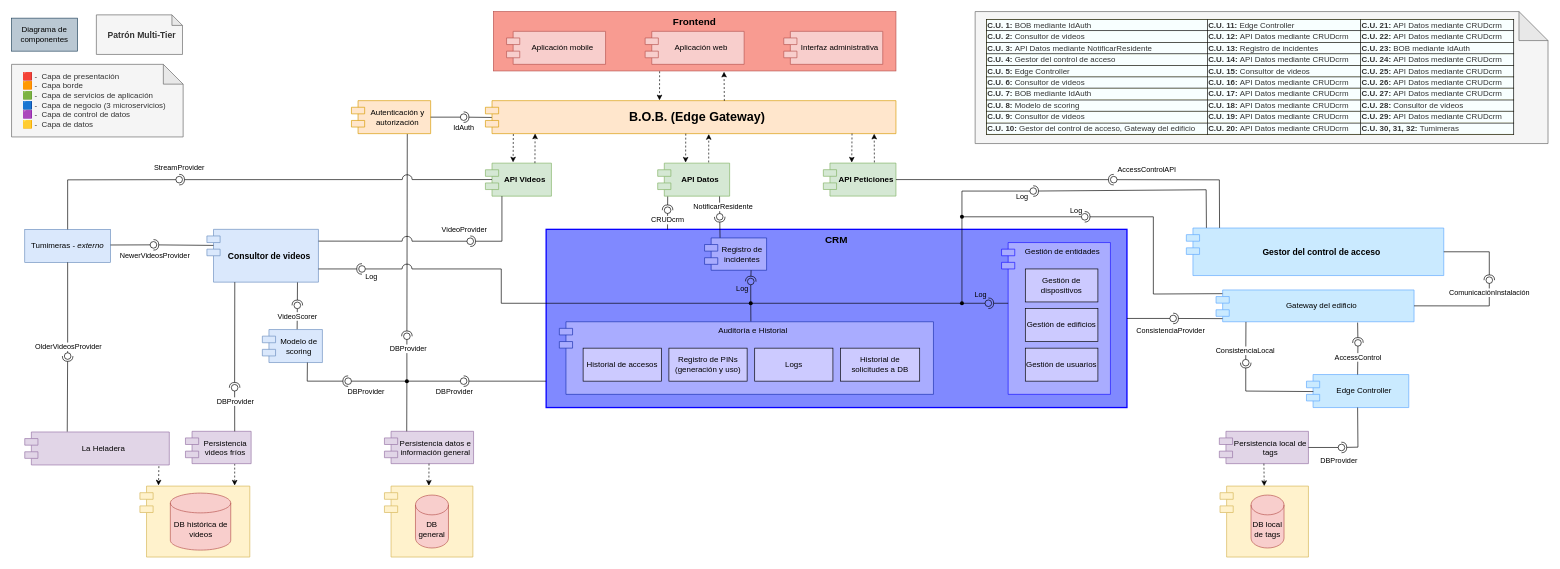
Above: Documentación de la arquitectura/Diagramas/Editables-drawio/Diagrama-de-componentes.drawio in LIMoreno04/Caso-de-estudio---WolfSys---Arquitectura (draw.io), before the change. Source tidied: cells renumbered, new cells numbered last; positions are measured from the earlier drawing's top-left corner, leaving out a move shared by most shapes. Both pictures are drawn from the tidied source at 66%, with x=0, y=0 at pixel (11, 11).
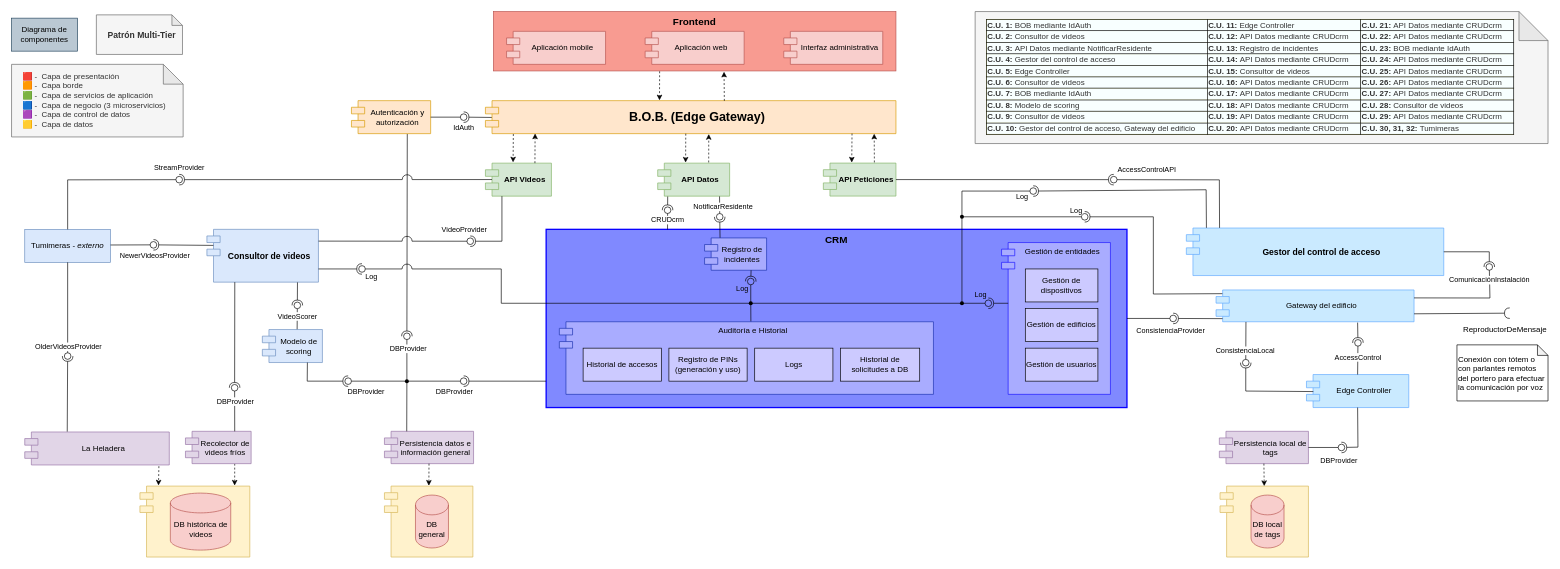
The same page after the edit.

Unchanged cells that the change refers to:
```xml
<mxCell id="119" value="Gateway del edificio" style="shape=module;align=left;spacingLeft=20;align=center;verticalAlign=middle;whiteSpace=wrap;html=1;fillColor=#CAEAFF;strokeColor=#5DA8FF;" parent="1" vertex="1">
  <mxGeometry x="1825" y="421.8" width="300" height="48.2" as="geometry" />
</mxCell>
```

The edit, as a diff of the source:
```diff
@@
-    <mxCell id="109" value="Persistencia videos fríos" style="shape=module;align=left;spacingLeft=20;align=center;verticalAlign=middle;whiteSpace=wrap;html=1;fillColor=#e1d5e7;strokeColor=#9673a6;" parent="1" vertex="1">
+    <mxCell id="109" value="Recolector de videos fríos" style="shape=module;align=left;spacingLeft=20;align=center;verticalAlign=middle;whiteSpace=wrap;html=1;fillColor=#e1d5e7;strokeColor=#9673a6;" parent="1" vertex="1">
       <mxGeometry x="263.5" y="636" width="99.5" height="49" as="geometry" />
     </mxCell>
@@
-    <mxCell id="135" style="rounded=0;jettySize=auto;html=1;endArrow=oval;endFill=0;sketch=0;sourcePerimeterSpacing=0;targetPerimeterSpacing=0;endSize=10;exitX=1;exitY=0.5;exitDx=0;exitDy=0;" parent="1" edge="1" source="119" target="137">
+    <mxCell id="135" style="rounded=0;jettySize=auto;html=1;endArrow=oval;endFill=0;sketch=0;sourcePerimeterSpacing=0;targetPerimeterSpacing=0;endSize=10;exitX=1;exitY=0.25;exitDx=0;exitDy=0;" parent="1" edge="1" source="119" target="137">
       <mxGeometry relative="1" as="geometry">
         <Array as="points">
-          <mxPoint x="2239" y="446" />
+          <mxPoint x="2240" y="434" />
         </Array>
       </mxGeometry>
     </mxCell>
@@
     <mxCell id="137" style="ellipse;whiteSpace=wrap;html=1;align=center;fillColor=none;strokeColor=none;perimeter=centerPerimeter;points=[];outlineConnect=1;" parent="1" vertex="1">
-      <mxGeometry x="2234" y="402" width="10" height="10" as="geometry" />
+      <mxGeometry x="2234" y="382" width="10" height="10" as="geometry" />
     </mxCell>
@@
+    <mxCell id="163" style="rounded=0;jettySize=auto;html=1;endArrow=halfCircle;endFill=0;endSize=6;strokeWidth=1;sketch=0;exitX=1;exitY=0.75;exitDx=0;exitDy=0;" parent="1" edge="1" source="119">
+      <mxGeometry relative="1" as="geometry">
+        <mxPoint x="2270" y="457" as="targetPoint" />
+      </mxGeometry>
+    </mxCell>
+    <mxCell id="164" style="ellipse;whiteSpace=wrap;html=1;align=center;fillColor=none;strokeColor=none;perimeter=centerPerimeter;" parent="1" vertex="1">
+      <mxGeometry x="2300" y="452" width="10" height="10" as="geometry" />
+    </mxCell>
+    <mxCell id="165" value="ReproductorDeMensaje" style="text;html=1;align=center;verticalAlign=middle;whiteSpace=wrap;rounded=0;" parent="1" vertex="1">
+      <mxGeometry x="2198" y="467" width="130" height="30" as="geometry" />
+    </mxCell>
+    <mxCell id="166" value="Conexión con tótem o con parlantes remotos del portero para efectuar la comunicación por voz" style="shape=note;whiteSpace=wrap;html=1;backgroundOutline=1;darkOpacity=0.05;align=left;size=16;" parent="1" vertex="1">
+      <mxGeometry x="2190" y="505" width="138" height="85" as="geometry" />
+    </mxCell>
```
